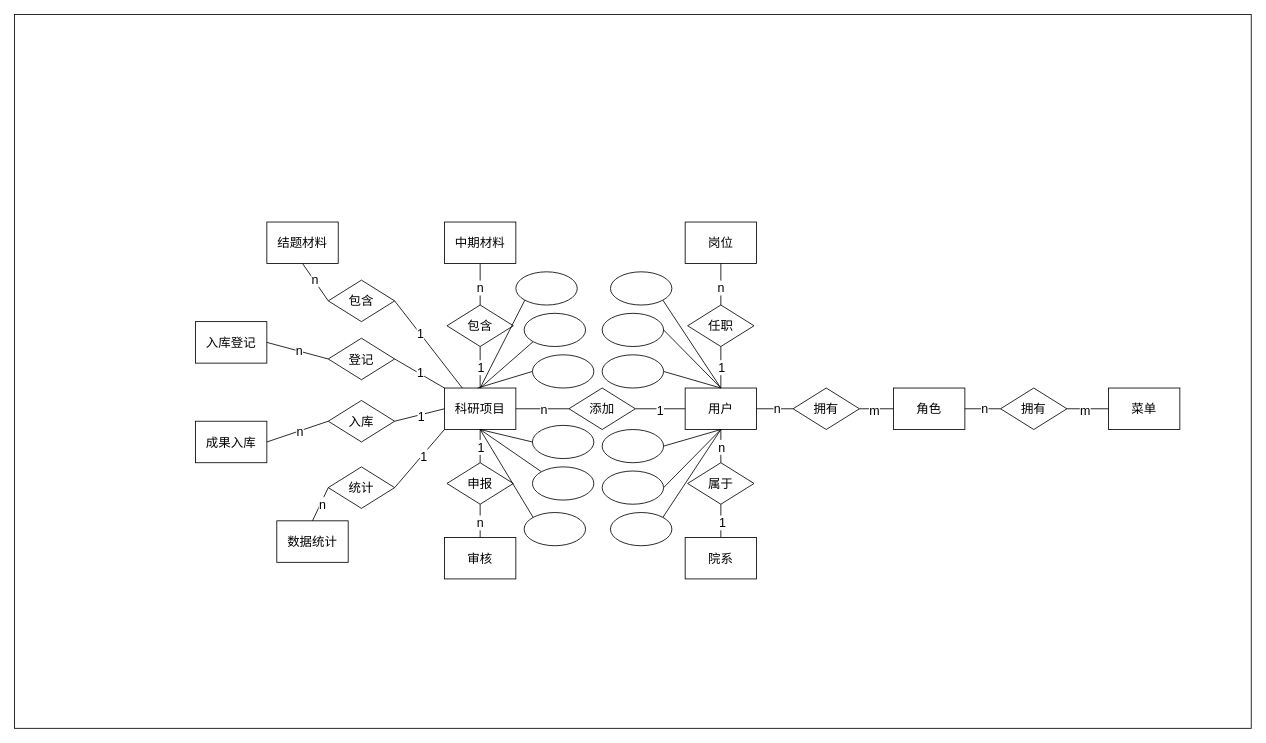
Before: 未命名绘图.drawio in Greenker/springcloud-config, a draw.io diagram. Source tidied: cells renumbered, new cells numbered last; positions are measured from the earlier drawing's top-left corner, leaving out a move shared by most shapes. Both pictures are drawn from the tidied source at 83%, with x=0, y=0 at pixel (14, 14).
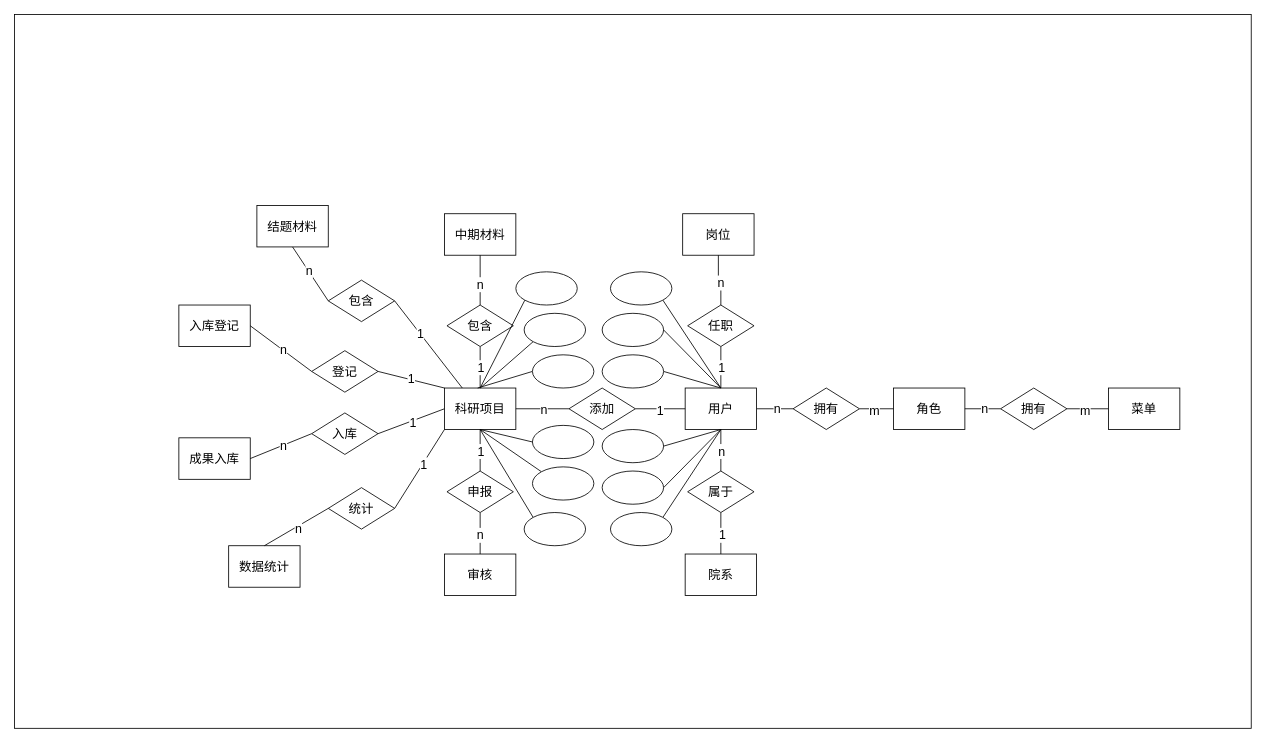
Above is the later version.

Commit message:
更新未命名绘图.drawio

Unchanged cells that the change refers to:
```xml
<mxCell id="57" value="&lt;span style=&quot;font-size: 15px;&quot;&gt;包含&lt;/span&gt;" style="rhombus;whiteSpace=wrap;html=1;" parent="1" vertex="1">
  <mxGeometry x="521" y="350" width="80" height="50" as="geometry" />
</mxCell>
```

The edit, as a diff of the source:
```diff
@@
     <mxCell id="10" value="&lt;font style=&quot;font-size: 15px;&quot;&gt;结题材料&lt;/font&gt;" style="rounded=0;whiteSpace=wrap;html=1;" parent="1" vertex="1">
-      <mxGeometry x="304" y="250" width="86" height="50" as="geometry" />
+      <mxGeometry x="292" y="230" width="86" height="50" as="geometry" />
     </mxCell>
     <mxCell id="11" value="&lt;span style=&quot;font-size: 15px;&quot;&gt;中期材料&lt;/span&gt;" style="rounded=0;whiteSpace=wrap;html=1;" parent="1" vertex="1">
-      <mxGeometry x="518" y="250" width="86" height="50" as="geometry" />
+      <mxGeometry x="518" y="240" width="86" height="50" as="geometry" />
     </mxCell>
     <mxCell id="12" value="&lt;span style=&quot;font-size: 15px;&quot;&gt;审核&lt;/span&gt;" style="rounded=0;whiteSpace=wrap;html=1;" parent="1" vertex="1">
-      <mxGeometry x="518" y="630" width="86" height="50" as="geometry" />
+      <mxGeometry x="518" y="650" width="86" height="50" as="geometry" />
     </mxCell>
     <mxCell id="13" value="&lt;span style=&quot;font-size: 15px; font-weight: 400;&quot;&gt;岗位&lt;/span&gt;" style="rounded=0;whiteSpace=wrap;html=1;fontStyle=1;" parent="1" vertex="1">
-      <mxGeometry x="808" y="250" width="86" height="50" as="geometry" />
+      <mxGeometry x="805" y="240" width="86" height="50" as="geometry" />
     </mxCell>
     <mxCell id="14" value="&lt;span style=&quot;font-size: 15px; font-weight: 400;&quot;&gt;院系&lt;/span&gt;" style="rounded=0;whiteSpace=wrap;html=1;fontStyle=1;" parent="1" vertex="1">
-      <mxGeometry x="808" y="630" width="86" height="50" as="geometry" />
+      <mxGeometry x="808" y="650" width="86" height="50" as="geometry" />
     </mxCell>
@@
     <mxCell id="26" value="&lt;font style=&quot;font-size: 15px;&quot;&gt;入库登记&lt;/font&gt;" style="rounded=0;whiteSpace=wrap;html=1;" parent="1" vertex="1">
-      <mxGeometry x="218" y="370" width="86" height="50" as="geometry" />
+      <mxGeometry x="198" y="350" width="86" height="50" as="geometry" />
     </mxCell>
     <mxCell id="27" value="&lt;font style=&quot;font-size: 15px;&quot;&gt;成果入库&lt;/font&gt;" style="rounded=0;whiteSpace=wrap;html=1;" parent="1" vertex="1">
-      <mxGeometry x="218" y="490" width="86" height="50" as="geometry" />
+      <mxGeometry x="198" y="510" width="86" height="50" as="geometry" />
     </mxCell>
     <mxCell id="28" value="&lt;font style=&quot;font-size: 15px;&quot;&gt;数据统计&lt;/font&gt;" style="rounded=0;whiteSpace=wrap;html=1;" parent="1" vertex="1">
-      <mxGeometry x="316" y="610" width="86" height="50" as="geometry" />
+      <mxGeometry x="258" y="640" width="86" height="50" as="geometry" />
     </mxCell>
@@
     <mxCell id="39" value="&lt;span style=&quot;font-size: 15px;&quot;&gt;属于&lt;/span&gt;" style="rhombus;whiteSpace=wrap;html=1;" parent="1" vertex="1">
-      <mxGeometry x="811" y="540" width="80" height="50" as="geometry" />
+      <mxGeometry x="811" y="550" width="80" height="50" as="geometry" />
     </mxCell>
@@
     <mxCell id="52" value="&lt;span style=&quot;font-size: 15px;&quot;&gt;申报&lt;/span&gt;" style="rhombus;whiteSpace=wrap;html=1;" parent="1" vertex="1">
-      <mxGeometry x="521" y="540" width="80" height="50" as="geometry" />
+      <mxGeometry x="521" y="550" width="80" height="50" as="geometry" />
     </mxCell>
@@
-    <mxCell id="55" style="edgeStyle=orthogonalEdgeStyle;rounded=0;jettySize=auto;html=1;exitX=0.5;exitY=0;exitDx=0;exitDy=0;entryX=0.5;entryY=1;entryDx=0;entryDy=0;endArrow=none;endFill=0;" parent="1" edge="1" source="57">
-      <mxGeometry relative="1" as="geometry">
-        <mxPoint x="561" y="300" as="targetPoint" />
-      </mxGeometry>
+    <mxCell id="55" style="edgeStyle=orthogonalEdgeStyle;rounded=0;jettySize=auto;html=1;exitX=0.5;exitY=0;exitDx=0;exitDy=0;entryX=0.5;entryY=1;entryDx=0;entryDy=0;endArrow=none;endFill=0;" parent="1" edge="1" source="57" target="11">
+      <mxGeometry relative="1" as="geometry" />
     </mxCell>
@@
     <mxCell id="63" value="&lt;span style=&quot;font-size: 15px;&quot;&gt;登记&lt;/span&gt;" style="rhombus;whiteSpace=wrap;html=1;" parent="1" vertex="1">
-      <mxGeometry x="378" y="390" width="80" height="50" as="geometry" />
+      <mxGeometry x="358" y="405" width="80" height="50" as="geometry" />
     </mxCell>
@@
     <mxCell id="66" value="&lt;span style=&quot;font-size: 15px;&quot;&gt;入库&lt;/span&gt;" style="rhombus;whiteSpace=wrap;html=1;" parent="1" vertex="1">
-      <mxGeometry x="378" y="465" width="80" height="50" as="geometry" />
+      <mxGeometry x="358" y="480" width="80" height="50" as="geometry" />
     </mxCell>
@@
     <mxCell id="69" value="&lt;span style=&quot;font-size: 15px;&quot;&gt;统计&lt;/span&gt;" style="rhombus;whiteSpace=wrap;html=1;" parent="1" vertex="1">
-      <mxGeometry x="378" y="545" width="80" height="50" as="geometry" />
+      <mxGeometry x="378" y="570" width="80" height="50" as="geometry" />
     </mxCell>
```
